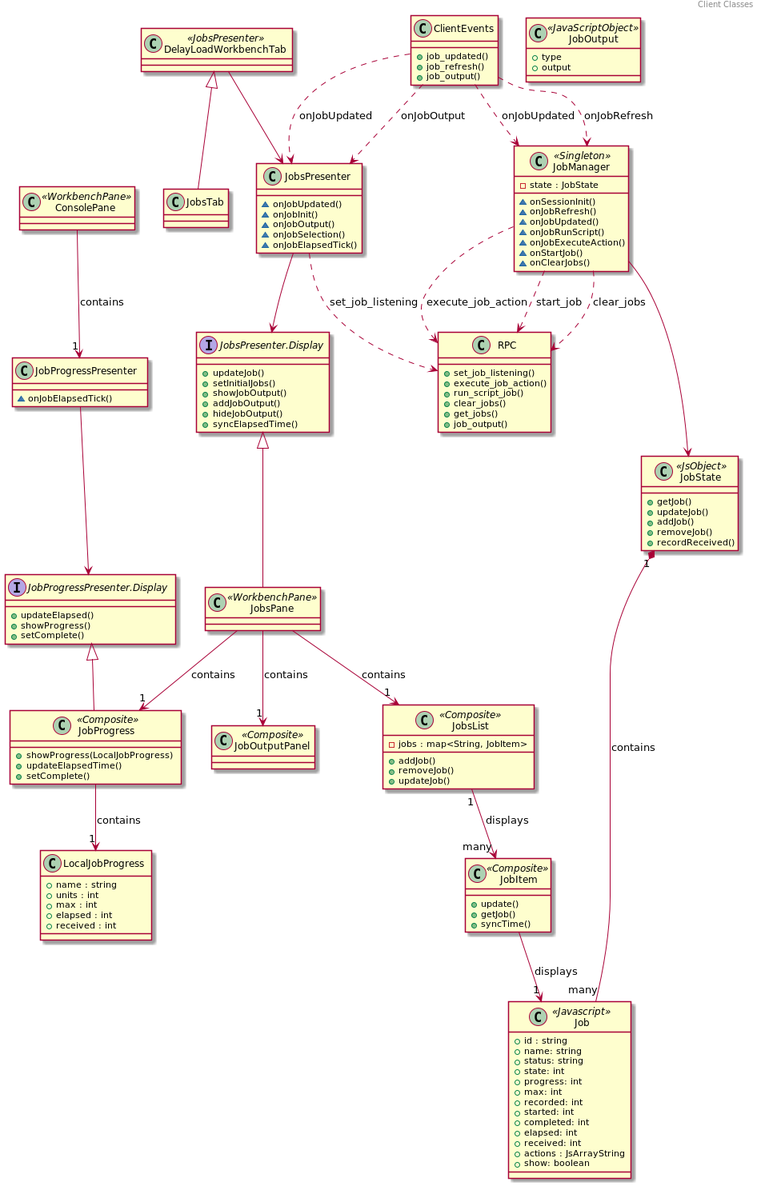
Before: gwt_classes.png, a diagram exported from PlantUML (gtritchie/uml).
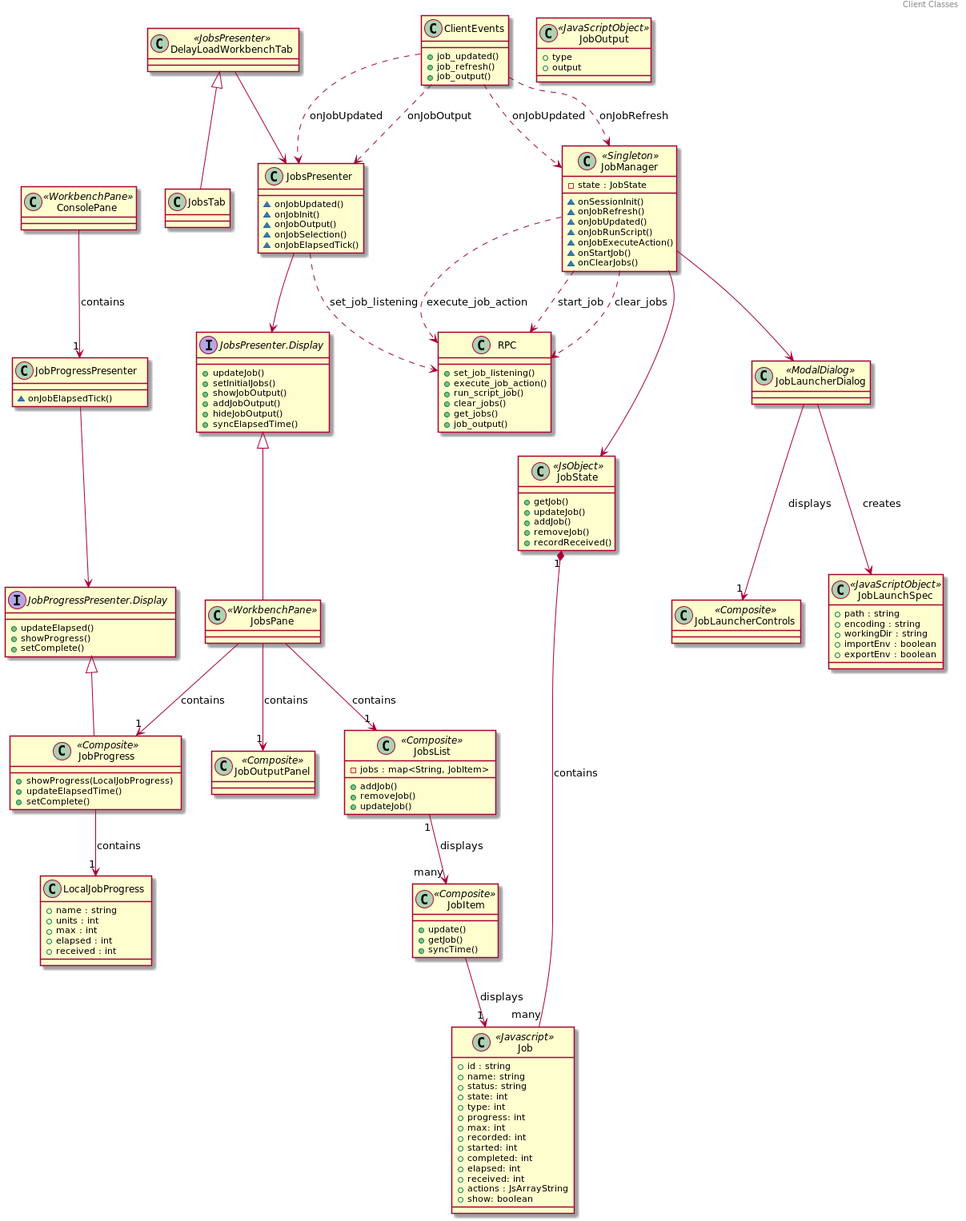
Above is the later version.

Change to the diagram source:
```diff
@@ -8,6 +8,7 @@
     +name: string
     +status: string
     +state: int
+    +type: int
     +progress: int
     +max: int
     +recorded: int
@@ -157,4 +158,22 @@
 ClientEvents ..> JobsPresenter : onJobUpdated
 ClientEvents ..> JobManager : onJobRefresh
 ClientEvents ..> JobsPresenter : onJobOutput
+
+class JobLauncherDialog<< ModalDialog >> {
+}
+
+class JobLauncherControls<< Composite >>
+
+class JobLaunchSpec<< JavaScriptObject >>{
+    +path : string
+    +encoding : string
+    +workingDir : string
+    +importEnv : boolean
+    +exportEnv : boolean
+}
+
+JobLauncherDialog --> "1" JobLauncherControls : displays
+JobLauncherDialog --> JobLaunchSpec : creates
+JobManager --> JobLauncherDialog
+
 @enduml
```
